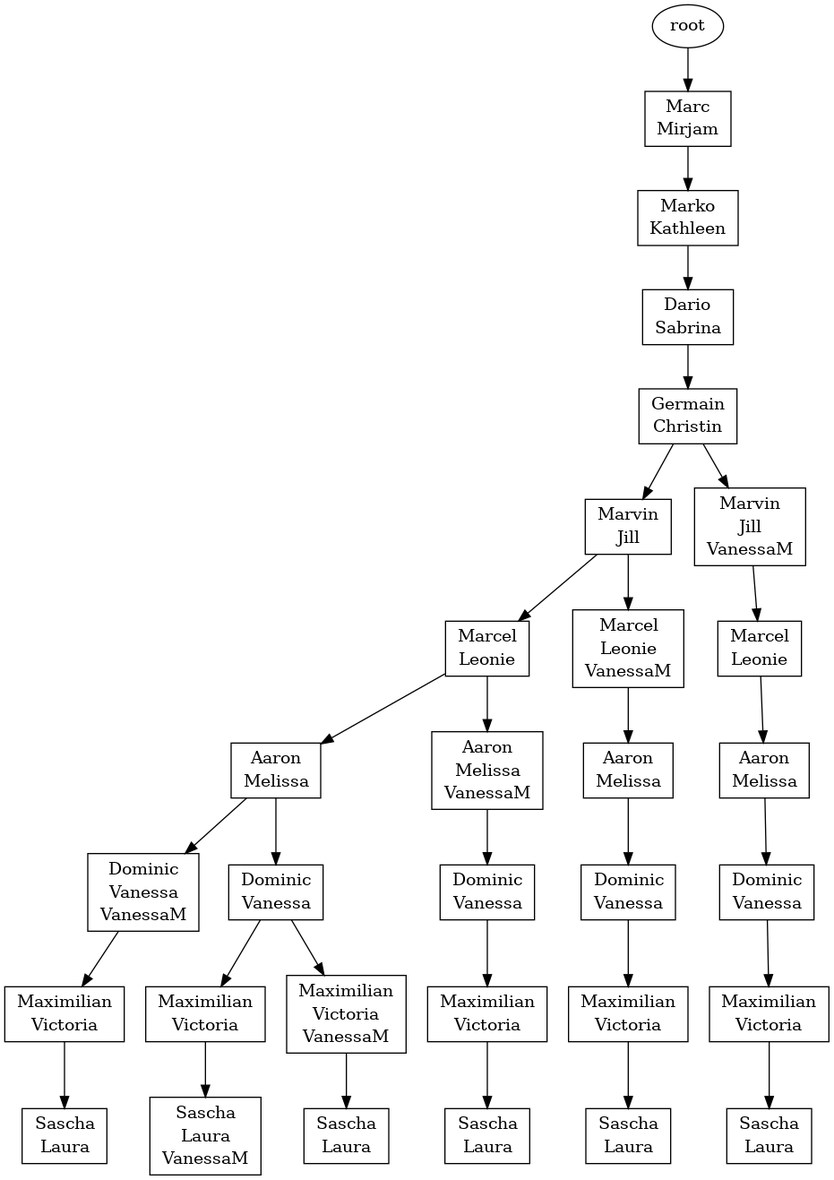
This is s02/s02.png from atticus-sullivan/sim-ayto, a Graphviz export, as it was before one commit. Its source is kept beside it as s02/s02.dot.
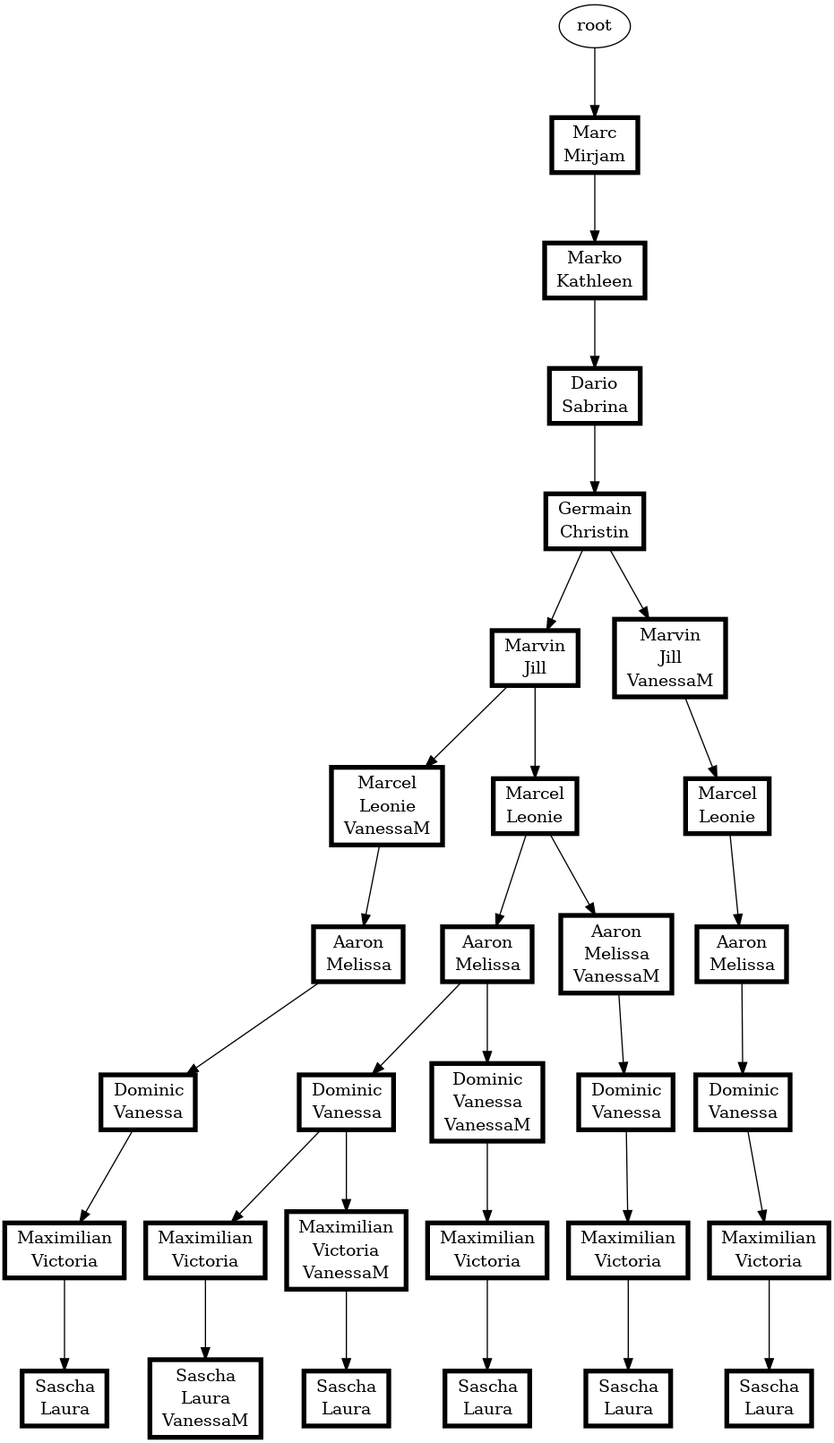
The same file after the commit.

Diff of the diagram source:
```diff
@@ -1,62 +1,63 @@
 digraph D {
-{"root|5|7|7|3|2|8|4|1|8|2,11|6|5|1|6|3|9|9|10"[shape="record" label=<<table border="0" cellborder="0" cellspacing="0"><tr><td>Maximilian</td></tr><tr><td>Victoria</td></tr></table>>]}
+ranksep=0.8;
+{"root|5|7|7|3|2|8|4|1|8|2,11|6|5|1|6|3|9|9|10"[shape="record" penwidth=4.0 color="black" label=<<table border="0" cellborder="0" cellspacing="0"><tr><td>Maximilian</td></tr><tr><td>Victoria</td></tr></table>>]}
 "root|5|7|7|3|2|8|4|1|8|2,11|6|5|1|6|3|9" -> {"root|5|7|7|3|2|8|4|1|8|2,11|6|5|1|6|3|9|9|10"}
-{"root|5|7|7|3|2|8|4|1|8|2|6|5|1|6|3|9,11"[shape="record" label=<<table border="0" cellborder="0" cellspacing="0"><tr><td>Dominic</td></tr><tr><td>Vanessa</td></tr><tr><td>VanessaM</td></tr></table>>]}
+{"root|5|7|7|3|2|8|4|1|8|2|6|5|1|6|3|9"[shape="record" penwidth=4.0 color="black" label=<<table border="0" cellborder="0" cellspacing="0"><tr><td>Dominic</td></tr><tr><td>Vanessa</td></tr></table>>]}
+"root|5|7|7|3|2|8|4|1|8|2|6|5|1|6" -> {"root|5|7|7|3|2|8|4|1|8|2|6|5|1|6|3|9"}
+{"root|5|7|7|3|2|8|4|1|8|2|6|5,11"[shape="record" penwidth=4.0 color="black" label=<<table border="0" cellborder="0" cellspacing="0"><tr><td>Marcel</td></tr><tr><td>Leonie</td></tr><tr><td>VanessaM</td></tr></table>>]}
+"root|5|7|7|3|2|8|4|1|8|2" -> {"root|5|7|7|3|2|8|4|1|8|2|6|5,11"}
+{"root|5|7|7|3|2|8|4|1|8|2|6|5|1|6,11|3|9|9|10|10|4"[shape="record" penwidth=4.0 color="black" label=<<table border="0" cellborder="0" cellspacing="0"><tr><td>Sascha</td></tr><tr><td>Laura</td></tr></table>>]}
+"root|5|7|7|3|2|8|4|1|8|2|6|5|1|6,11|3|9|9|10" -> {"root|5|7|7|3|2|8|4|1|8|2|6|5|1|6,11|3|9|9|10|10|4"}
+{"root|5|7|7|3|2|8|4|1|8|2|6|5|1|6|3|9|9|10|10|4,11"[shape="record" penwidth=4.0 color="black" label=<<table border="0" cellborder="0" cellspacing="0"><tr><td>Sascha</td></tr><tr><td>Laura</td></tr><tr><td>VanessaM</td></tr></table>>]}
+"root|5|7|7|3|2|8|4|1|8|2|6|5|1|6|3|9|9|10" -> {"root|5|7|7|3|2|8|4|1|8|2|6|5|1|6|3|9|9|10|10|4,11"}
+{"root|5|7|7|3|2|8|4|1|8|2|6|5|1|6|3|9,11|9|10|10|4"[shape="record" penwidth=4.0 color="black" label=<<table border="0" cellborder="0" cellspacing="0"><tr><td>Sascha</td></tr><tr><td>Laura</td></tr></table>>]}
+"root|5|7|7|3|2|8|4|1|8|2|6|5|1|6|3|9,11|9|10" -> {"root|5|7|7|3|2|8|4|1|8|2|6|5|1|6|3|9,11|9|10|10|4"}
+{"root|5|7|7|3|2|8|4|1|8|2|6|5|1|6|3|9|9|10"[shape="record" penwidth=4.0 color="black" label=<<table border="0" cellborder="0" cellspacing="0"><tr><td>Maximilian</td></tr><tr><td>Victoria</td></tr></table>>]}
+"root|5|7|7|3|2|8|4|1|8|2|6|5|1|6|3|9" -> {"root|5|7|7|3|2|8|4|1|8|2|6|5|1|6|3|9|9|10"}
+{"root|5|7|7|3|2|8|4|1|8|2|6|5,11|1|6|3|9|9|10"[shape="record" penwidth=4.0 color="black" label=<<table border="0" cellborder="0" cellspacing="0"><tr><td>Maximilian</td></tr><tr><td>Victoria</td></tr></table>>]}
+"root|5|7|7|3|2|8|4|1|8|2|6|5,11|1|6|3|9" -> {"root|5|7|7|3|2|8|4|1|8|2|6|5,11|1|6|3|9|9|10"}
+{"root|5|7|7|3|2|8|4|1|8|2,11|6|5"[shape="record" penwidth=4.0 color="black" label=<<table border="0" cellborder="0" cellspacing="0"><tr><td>Marcel</td></tr><tr><td>Leonie</td></tr></table>>]}
+"root|5|7|7|3|2|8|4|1|8|2,11" -> {"root|5|7|7|3|2|8|4|1|8|2,11|6|5"}
+{"root|5|7|7|3|2|8"[shape="record" penwidth=4.0 color="black" label=<<table border="0" cellborder="0" cellspacing="0"><tr><td>Dario</td></tr><tr><td>Sabrina</td></tr></table>>]}
+"root|5|7|7|3" -> {"root|5|7|7|3|2|8"}
+{"root|5|7|7|3|2|8|4|1|8|2|6|5|1|6|3|9,11"[shape="record" penwidth=4.0 color="black" label=<<table border="0" cellborder="0" cellspacing="0"><tr><td>Dominic</td></tr><tr><td>Vanessa</td></tr><tr><td>VanessaM</td></tr></table>>]}
 "root|5|7|7|3|2|8|4|1|8|2|6|5|1|6" -> {"root|5|7|7|3|2|8|4|1|8|2|6|5|1|6|3|9,11"}
-{"root|5|7|7|3|2|8|4|1|8|2|6|5|1|6,11"[shape="record" label=<<table border="0" cellborder="0" cellspacing="0"><tr><td>Aaron</td></tr><tr><td>Melissa</td></tr><tr><td>VanessaM</td></tr></table>>]}
+{"root|5|7|7|3"[shape="record" penwidth=4.0 color="black" label=<<table border="0" cellborder="0" cellspacing="0"><tr><td>Marko</td></tr><tr><td>Kathleen</td></tr></table>>]}
+"root|5|7" -> {"root|5|7|7|3"}
+{"root|5|7|7|3|2|8|4|1|8|2|6|5,11|1|6"[shape="record" penwidth=4.0 color="black" label=<<table border="0" cellborder="0" cellspacing="0"><tr><td>Aaron</td></tr><tr><td>Melissa</td></tr></table>>]}
+"root|5|7|7|3|2|8|4|1|8|2|6|5,11" -> {"root|5|7|7|3|2|8|4|1|8|2|6|5,11|1|6"}
+{"root|5|7|7|3|2|8|4|1|8|2|6|5"[shape="record" penwidth=4.0 color="black" label=<<table border="0" cellborder="0" cellspacing="0"><tr><td>Marcel</td></tr><tr><td>Leonie</td></tr></table>>]}
+"root|5|7|7|3|2|8|4|1|8|2" -> {"root|5|7|7|3|2|8|4|1|8|2|6|5"}
+{"root|5|7|7|3|2|8|4|1|8|2,11|6|5|1|6|3|9|9|10|10|4"[shape="record" penwidth=4.0 color="black" label=<<table border="0" cellborder="0" cellspacing="0"><tr><td>Sascha</td></tr><tr><td>Laura</td></tr></table>>]}
+"root|5|7|7|3|2|8|4|1|8|2,11|6|5|1|6|3|9|9|10" -> {"root|5|7|7|3|2|8|4|1|8|2,11|6|5|1|6|3|9|9|10|10|4"}
+{"root|5|7|7|3|2|8|4|1|8|2|6|5|1|6|3|9|9|10,11"[shape="record" penwidth=4.0 color="black" label=<<table border="0" cellborder="0" cellspacing="0"><tr><td>Maximilian</td></tr><tr><td>Victoria</td></tr><tr><td>VanessaM</td></tr></table>>]}
+"root|5|7|7|3|2|8|4|1|8|2|6|5|1|6|3|9" -> {"root|5|7|7|3|2|8|4|1|8|2|6|5|1|6|3|9|9|10,11"}
+{"root|5|7|7|3|2|8|4|1|8|2,11|6|5|1|6"[shape="record" penwidth=4.0 color="black" label=<<table border="0" cellborder="0" cellspacing="0"><tr><td>Aaron</td></tr><tr><td>Melissa</td></tr></table>>]}
+"root|5|7|7|3|2|8|4|1|8|2,11|6|5" -> {"root|5|7|7|3|2|8|4|1|8|2,11|6|5|1|6"}
+{"root|5|7|7|3|2|8|4|1|8|2|6|5|1|6,11|3|9"[shape="record" penwidth=4.0 color="black" label=<<table border="0" cellborder="0" cellspacing="0"><tr><td>Dominic</td></tr><tr><td>Vanessa</td></tr></table>>]}
+"root|5|7|7|3|2|8|4|1|8|2|6|5|1|6,11" -> {"root|5|7|7|3|2|8|4|1|8|2|6|5|1|6,11|3|9"}
+{"root|5|7|7|3|2|8|4|1|8|2,11"[shape="record" penwidth=4.0 color="black" label=<<table border="0" cellborder="0" cellspacing="0"><tr><td>Marvin</td></tr><tr><td>Jill</td></tr><tr><td>VanessaM</td></tr></table>>]}
+"root|5|7|7|3|2|8|4|1" -> {"root|5|7|7|3|2|8|4|1|8|2,11"}
+{"root|5|7"[shape="record" penwidth=4.0 color="black" label=<<table border="0" cellborder="0" cellspacing="0"><tr><td>Marc</td></tr><tr><td>Mirjam</td></tr></table>>]}
+"root" -> {"root|5|7"}
+{"root|5|7|7|3|2|8|4|1|8|2|6|5,11|1|6|3|9|9|10|10|4"[shape="record" penwidth=4.0 color="black" label=<<table border="0" cellborder="0" cellspacing="0"><tr><td>Sascha</td></tr><tr><td>Laura</td></tr></table>>]}
+"root|5|7|7|3|2|8|4|1|8|2|6|5,11|1|6|3|9|9|10" -> {"root|5|7|7|3|2|8|4|1|8|2|6|5,11|1|6|3|9|9|10|10|4"}
+{"root|5|7|7|3|2|8|4|1|8|2"[shape="record" penwidth=4.0 color="black" label=<<table border="0" cellborder="0" cellspacing="0"><tr><td>Marvin</td></tr><tr><td>Jill</td></tr></table>>]}
+"root|5|7|7|3|2|8|4|1" -> {"root|5|7|7|3|2|8|4|1|8|2"}
+{"root|5|7|7|3|2|8|4|1|8|2|6|5|1|6,11"[shape="record" penwidth=4.0 color="black" label=<<table border="0" cellborder="0" cellspacing="0"><tr><td>Aaron</td></tr><tr><td>Melissa</td></tr><tr><td>VanessaM</td></tr></table>>]}
 "root|5|7|7|3|2|8|4|1|8|2|6|5" -> {"root|5|7|7|3|2|8|4|1|8|2|6|5|1|6,11"}
-{"root|5|7|7|3|2|8|4|1|8|2|6|5,11|1|6|3|9|9|10|10|4"[shape="record" label=<<table border="0" cellborder="0" cellspacing="0"><tr><td>Sascha</td></tr><tr><td>Laura</td></tr></table>>]}
-"root|5|7|7|3|2|8|4|1|8|2|6|5,11|1|6|3|9|9|10" -> {"root|5|7|7|3|2|8|4|1|8|2|6|5,11|1|6|3|9|9|10|10|4"}
-{"root|5|7|7|3|2|8|4|1|8|2,11|6|5|1|6"[shape="record" label=<<table border="0" cellborder="0" cellspacing="0"><tr><td>Aaron</td></tr><tr><td>Melissa</td></tr></table>>]}
-"root|5|7|7|3|2|8|4|1|8|2,11|6|5" -> {"root|5|7|7|3|2|8|4|1|8|2,11|6|5|1|6"}
-{"root|5|7|7|3|2|8|4|1|8|2|6|5|1|6,11|3|9"[shape="record" label=<<table border="0" cellborder="0" cellspacing="0"><tr><td>Dominic</td></tr><tr><td>Vanessa</td></tr></table>>]}
-"root|5|7|7|3|2|8|4|1|8|2|6|5|1|6,11" -> {"root|5|7|7|3|2|8|4|1|8|2|6|5|1|6,11|3|9"}
-{"root|5|7|7|3|2|8|4|1|8|2|6|5,11|1|6|3|9"[shape="record" label=<<table border="0" cellborder="0" cellspacing="0"><tr><td>Dominic</td></tr><tr><td>Vanessa</td></tr></table>>]}
+{"root|5|7|7|3|2|8|4|1|8|2|6|5|1|6|3|9|9|10,11|10|4"[shape="record" penwidth=4.0 color="black" label=<<table border="0" cellborder="0" cellspacing="0"><tr><td>Sascha</td></tr><tr><td>Laura</td></tr></table>>]}
+"root|5|7|7|3|2|8|4|1|8|2|6|5|1|6|3|9|9|10,11" -> {"root|5|7|7|3|2|8|4|1|8|2|6|5|1|6|3|9|9|10,11|10|4"}
+{"root|5|7|7|3|2|8|4|1|8|2|6|5|1|6|3|9,11|9|10"[shape="record" penwidth=4.0 color="black" label=<<table border="0" cellborder="0" cellspacing="0"><tr><td>Maximilian</td></tr><tr><td>Victoria</td></tr></table>>]}
+"root|5|7|7|3|2|8|4|1|8|2|6|5|1|6|3|9,11" -> {"root|5|7|7|3|2|8|4|1|8|2|6|5|1|6|3|9,11|9|10"}
+{"root|5|7|7|3|2|8|4|1|8|2|6|5,11|1|6|3|9"[shape="record" penwidth=4.0 color="black" label=<<table border="0" cellborder="0" cellspacing="0"><tr><td>Dominic</td></tr><tr><td>Vanessa</td></tr></table>>]}
 "root|5|7|7|3|2|8|4|1|8|2|6|5,11|1|6" -> {"root|5|7|7|3|2|8|4|1|8|2|6|5,11|1|6|3|9"}
-{"root|5|7|7|3|2|8|4|1|8|2|6|5|1|6|3|9|9|10"[shape="record" label=<<table border="0" cellborder="0" cellspacing="0"><tr><td>Maximilian</td></tr><tr><td>Victoria</td></tr></table>>]}
-"root|5|7|7|3|2|8|4|1|8|2|6|5|1|6|3|9" -> {"root|5|7|7|3|2|8|4|1|8|2|6|5|1|6|3|9|9|10"}
-{"root|5|7|7|3|2|8|4|1|8|2|6|5|1|6|3|9|9|10|10|4,11"[shape="record" label=<<table border="0" cellborder="0" cellspacing="0"><tr><td>Sascha</td></tr><tr><td>Laura</td></tr><tr><td>VanessaM</td></tr></table>>]}
-"root|5|7|7|3|2|8|4|1|8|2|6|5|1|6|3|9|9|10" -> {"root|5|7|7|3|2|8|4|1|8|2|6|5|1|6|3|9|9|10|10|4,11"}
-{"root|5|7|7|3|2|8|4|1|8|2|6|5|1|6,11|3|9|9|10"[shape="record" label=<<table border="0" cellborder="0" cellspacing="0"><tr><td>Maximilian</td></tr><tr><td>Victoria</td></tr></table>>]}
+{"root|5|7|7|3|2|8|4|1|8|2|6|5|1|6"[shape="record" penwidth=4.0 color="black" label=<<table border="0" cellborder="0" cellspacing="0"><tr><td>Aaron</td></tr><tr><td>Melissa</td></tr></table>>]}
+"root|5|7|7|3|2|8|4|1|8|2|6|5" -> {"root|5|7|7|3|2|8|4|1|8|2|6|5|1|6"}
+{"root|5|7|7|3|2|8|4|1|8|2,11|6|5|1|6|3|9"[shape="record" penwidth=4.0 color="black" label=<<table border="0" cellborder="0" cellspacing="0"><tr><td>Dominic</td></tr><tr><td>Vanessa</td></tr></table>>]}
+"root|5|7|7|3|2|8|4|1|8|2,11|6|5|1|6" -> {"root|5|7|7|3|2|8|4|1|8|2,11|6|5|1|6|3|9"}
+{"root|5|7|7|3|2|8|4|1|8|2|6|5|1|6,11|3|9|9|10"[shape="record" penwidth=4.0 color="black" label=<<table border="0" cellborder="0" cellspacing="0"><tr><td>Maximilian</td></tr><tr><td>Victoria</td></tr></table>>]}
 "root|5|7|7|3|2|8|4|1|8|2|6|5|1|6,11|3|9" -> {"root|5|7|7|3|2|8|4|1|8|2|6|5|1|6,11|3|9|9|10"}
-{"root|5|7|7|3|2|8|4|1|8|2|6|5|1|6|3|9|9|10,11"[shape="record" label=<<table border="0" cellborder="0" cellspacing="0"><tr><td>Maximilian</td></tr><tr><td>Victoria</td></tr><tr><td>VanessaM</td></tr></table>>]}
-"root|5|7|7|3|2|8|4|1|8|2|6|5|1|6|3|9" -> {"root|5|7|7|3|2|8|4|1|8|2|6|5|1|6|3|9|9|10,11"}
-{"root|5|7|7|3|2|8|4|1|8|2|6|5,11"[shape="record" label=<<table border="0" cellborder="0" cellspacing="0"><tr><td>Marcel</td></tr><tr><td>Leonie</td></tr><tr><td>VanessaM</td></tr></table>>]}
-"root|5|7|7|3|2|8|4|1|8|2" -> {"root|5|7|7|3|2|8|4|1|8|2|6|5,11"}
-{"root|5|7|7|3|2|8|4|1|8|2"[shape="record" label=<<table border="0" cellborder="0" cellspacing="0"><tr><td>Marvin</td></tr><tr><td>Jill</td></tr></table>>]}
-"root|5|7|7|3|2|8|4|1" -> {"root|5|7|7|3|2|8|4|1|8|2"}
-{"root|5|7|7|3|2|8|4|1|8|2|6|5|1|6|3|9"[shape="record" label=<<table border="0" cellborder="0" cellspacing="0"><tr><td>Dominic</td></tr><tr><td>Vanessa</td></tr></table>>]}
-"root|5|7|7|3|2|8|4|1|8|2|6|5|1|6" -> {"root|5|7|7|3|2|8|4|1|8|2|6|5|1|6|3|9"}
-{"root|5|7|7|3|2|8|4|1|8|2|6|5|1|6|3|9,11|9|10|10|4"[shape="record" label=<<table border="0" cellborder="0" cellspacing="0"><tr><td>Sascha</td></tr><tr><td>Laura</td></tr></table>>]}
-"root|5|7|7|3|2|8|4|1|8|2|6|5|1|6|3|9,11|9|10" -> {"root|5|7|7|3|2|8|4|1|8|2|6|5|1|6|3|9,11|9|10|10|4"}
-{"root|5|7|7|3|2|8|4|1|8|2,11|6|5|1|6|3|9"[shape="record" label=<<table border="0" cellborder="0" cellspacing="0"><tr><td>Dominic</td></tr><tr><td>Vanessa</td></tr></table>>]}
-"root|5|7|7|3|2|8|4|1|8|2,11|6|5|1|6" -> {"root|5|7|7|3|2|8|4|1|8|2,11|6|5|1|6|3|9"}
-{"root|5|7|7|3|2|8|4|1|8|2,11|6|5"[shape="record" label=<<table border="0" cellborder="0" cellspacing="0"><tr><td>Marcel</td></tr><tr><td>Leonie</td></tr></table>>]}
-"root|5|7|7|3|2|8|4|1|8|2,11" -> {"root|5|7|7|3|2|8|4|1|8|2,11|6|5"}
-{"root|5|7|7|3|2|8|4|1|8|2|6|5|1|6"[shape="record" label=<<table border="0" cellborder="0" cellspacing="0"><tr><td>Aaron</td></tr><tr><td>Melissa</td></tr></table>>]}
-"root|5|7|7|3|2|8|4|1|8|2|6|5" -> {"root|5|7|7|3|2|8|4|1|8|2|6|5|1|6"}
-{"root|5|7|7|3|2|8|4|1|8|2,11"[shape="record" label=<<table border="0" cellborder="0" cellspacing="0"><tr><td>Marvin</td></tr><tr><td>Jill</td></tr><tr><td>VanessaM</td></tr></table>>]}
-"root|5|7|7|3|2|8|4|1" -> {"root|5|7|7|3|2|8|4|1|8|2,11"}
-{"root|5|7"[shape="record" label=<<table border="0" cellborder="0" cellspacing="0"><tr><td>Marc</td></tr><tr><td>Mirjam</td></tr></table>>]}
-"root" -> {"root|5|7"}
-{"root|5|7|7|3|2|8"[shape="record" label=<<table border="0" cellborder="0" cellspacing="0"><tr><td>Dario</td></tr><tr><td>Sabrina</td></tr></table>>]}
-"root|5|7|7|3" -> {"root|5|7|7|3|2|8"}
-{"root|5|7|7|3|2|8|4|1|8|2|6|5,11|1|6|3|9|9|10"[shape="record" label=<<table border="0" cellborder="0" cellspacing="0"><tr><td>Maximilian</td></tr><tr><td>Victoria</td></tr></table>>]}
-"root|5|7|7|3|2|8|4|1|8|2|6|5,11|1|6|3|9" -> {"root|5|7|7|3|2|8|4|1|8|2|6|5,11|1|6|3|9|9|10"}
-{"root|5|7|7|3|2|8|4|1|8|2|6|5|1|6|3|9|9|10,11|10|4"[shape="record" label=<<table border="0" cellborder="0" cellspacing="0"><tr><td>Sascha</td></tr><tr><td>Laura</td></tr></table>>]}
-"root|5|7|7|3|2|8|4|1|8|2|6|5|1|6|3|9|9|10,11" -> {"root|5|7|7|3|2|8|4|1|8|2|6|5|1|6|3|9|9|10,11|10|4"}
-{"root|5|7|7|3|2|8|4|1|8|2|6|5|1|6,11|3|9|9|10|10|4"[shape="record" label=<<table border="0" cellborder="0" cellspacing="0"><tr><td>Sascha</td></tr><tr><td>Laura</td></tr></table>>]}
-"root|5|7|7|3|2|8|4|1|8|2|6|5|1|6,11|3|9|9|10" -> {"root|5|7|7|3|2|8|4|1|8|2|6|5|1|6,11|3|9|9|10|10|4"}
-{"root|5|7|7|3|2|8|4|1"[shape="record" label=<<table border="0" cellborder="0" cellspacing="0"><tr><td>Germain</td></tr><tr><td>Christin</td></tr></table>>]}
+{"root|5|7|7|3|2|8|4|1"[shape="record" penwidth=4.0 color="black" label=<<table border="0" cellborder="0" cellspacing="0"><tr><td>Germain</td></tr><tr><td>Christin</td></tr></table>>]}
 "root|5|7|7|3|2|8" -> {"root|5|7|7|3|2|8|4|1"}
-{"root|5|7|7|3"[shape="record" label=<<table border="0" cellborder="0" cellspacing="0"><tr><td>Marko</td></tr><tr><td>Kathleen</td></tr></table>>]}
-"root|5|7" -> {"root|5|7|7|3"}
-{"root|5|7|7|3|2|8|4|1|8|2|6|5,11|1|6"[shape="record" label=<<table border="0" cellborder="0" cellspacing="0"><tr><td>Aaron</td></tr><tr><td>Melissa</td></tr></table>>]}
-"root|5|7|7|3|2|8|4|1|8|2|6|5,11" -> {"root|5|7|7|3|2|8|4|1|8|2|6|5,11|1|6"}
-{"root|5|7|7|3|2|8|4|1|8|2|6|5|1|6|3|9,11|9|10"[shape="record" label=<<table border="0" cellborder="0" cellspacing="0"><tr><td>Maximilian</td></tr><tr><td>Victoria</td></tr></table>>]}
-"root|5|7|7|3|2|8|4|1|8|2|6|5|1|6|3|9,11" -> {"root|5|7|7|3|2|8|4|1|8|2|6|5|1|6|3|9,11|9|10"}
-{"root|5|7|7|3|2|8|4|1|8|2,11|6|5|1|6|3|9|9|10|10|4"[shape="record" label=<<table border="0" cellborder="0" cellspacing="0"><tr><td>Sascha</td></tr><tr><td>Laura</td></tr></table>>]}
-"root|5|7|7|3|2|8|4|1|8|2,11|6|5|1|6|3|9|9|10" -> {"root|5|7|7|3|2|8|4|1|8|2,11|6|5|1|6|3|9|9|10|10|4"}
-{"root|5|7|7|3|2|8|4|1|8|2|6|5"[shape="record" label=<<table border="0" cellborder="0" cellspacing="0"><tr><td>Marcel</td></tr><tr><td>Leonie</td></tr></table>>]}
-"root|5|7|7|3|2|8|4|1|8|2" -> {"root|5|7|7|3|2|8|4|1|8|2|6|5"}
 }
```
